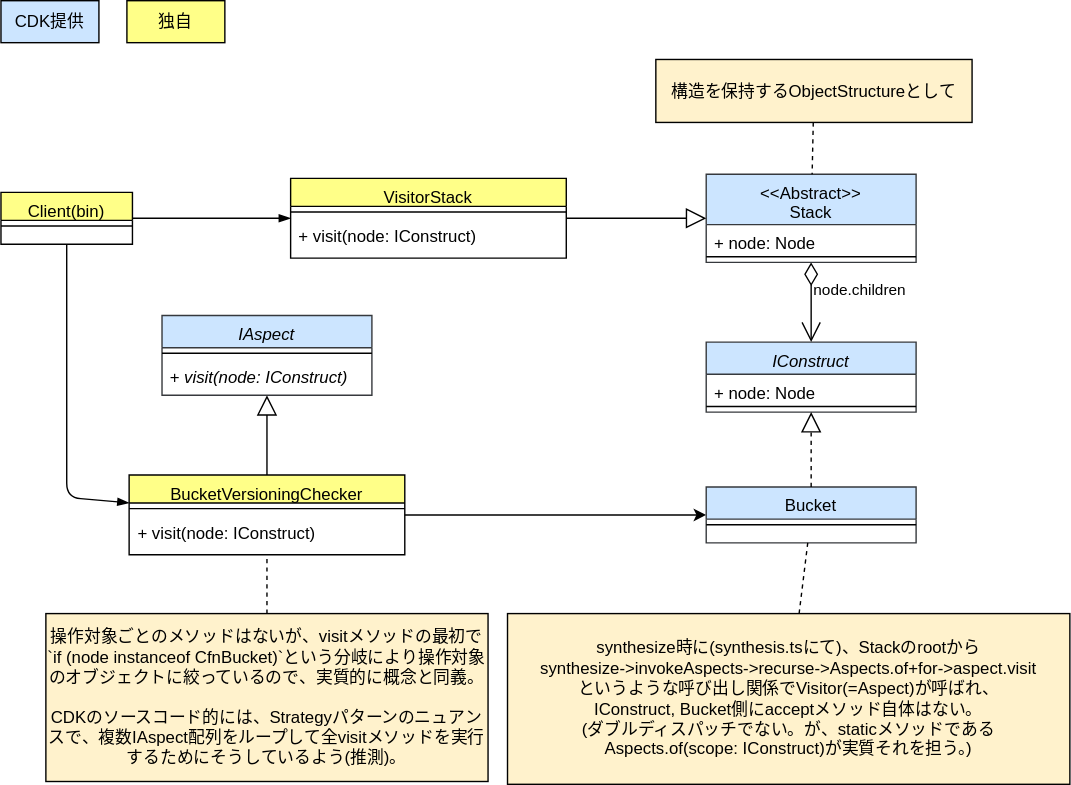
The draw.io diagram drawio/visitor/visitor-cdk-simplified.drawio.svg in go-to-k/cdk-gof-design-pattern, before a commit. Source tidied: cells renumbered, new cells last; positions are measured from the earlier drawing's top-left corner, leaving out a move shared by most shapes.
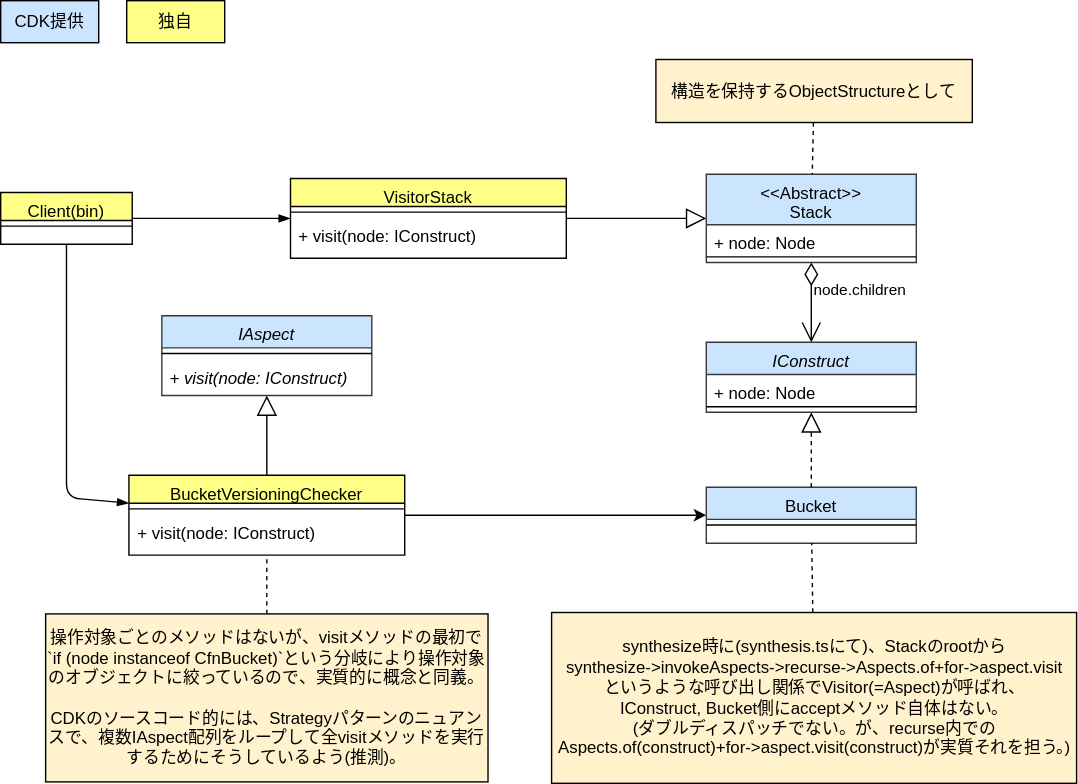
Later version of the same file.

Commit message:
update visitor diagrams comments

The edit, as a diff of the source:
```diff
@@ -59,8 +59,8 @@
     <mxCell id="20" style="edgeStyle=none;html=1;dashed=1;strokeColor=#000000;endArrow=none;endFill=0;" parent="1" edge="1" source="21" target="12">
       <mxGeometry relative="1" as="geometry" />
     </mxCell>
-    <mxCell id="21" value="synthesize時に(synthesis.tsにて)、Stackのrootから&lt;br&gt;synthesize-&amp;gt;invokeAspects-&amp;gt;recurse-&amp;gt;Aspects.of+for-&amp;gt;aspect.visit&lt;br&gt;というような呼び出し関係でVisitor(=Aspect)が呼ばれ、&lt;br&gt;IConstruct, Bucket側にacceptメソッド自体はない。&lt;br&gt;(ダブルディスパッチでない。が、staticメソッドであるAspects.of(scope:&amp;nbsp;IConstruct)が実質それを担う。)" style="text;html=1;strokeColor=#000000;fillColor=#fff2cc;align=center;verticalAlign=middle;whiteSpace=wrap;rounded=0;fontColor=#000000;" parent="1" vertex="1">
-      <mxGeometry x="362" y="438" width="401.9" height="122" as="geometry" />
+    <mxCell id="21" value="synthesize時に(synthesis.tsにて)、Stackのrootから&lt;br&gt;synthesize-&amp;gt;invokeAspects-&amp;gt;recurse-&amp;gt;Aspects.of+for-&amp;gt;aspect.visit&lt;br&gt;というような呼び出し関係でVisitor(=Aspect)が呼ばれ、&lt;br&gt;IConstruct, Bucket側にacceptメソッド自体はない。&lt;br&gt;(ダブルディスパッチでない。が、recurse内でのAspects.of(construct)+for-&amp;gt;aspect.visit(construct)が実質それを担う。)" style="text;html=1;strokeColor=#000000;fillColor=#fff2cc;align=center;verticalAlign=middle;whiteSpace=wrap;rounded=0;fontColor=#000000;" parent="1" vertex="1">
+      <mxGeometry x="393.5" y="437" width="375" height="122" as="geometry" />
     </mxCell>
     <mxCell id="22" value="node.children" style="endArrow=open;html=1;endSize=12;startArrow=diamondThin;startSize=14;startFill=0;edgeStyle=orthogonalEdgeStyle;align=left;verticalAlign=bottom;rounded=0;fontColor=#000000;strokeColor=#000000;labelBackgroundColor=none;" parent="1" edge="1" source="23" target="14">
       <mxGeometry relative="1" as="geometry" />
```
